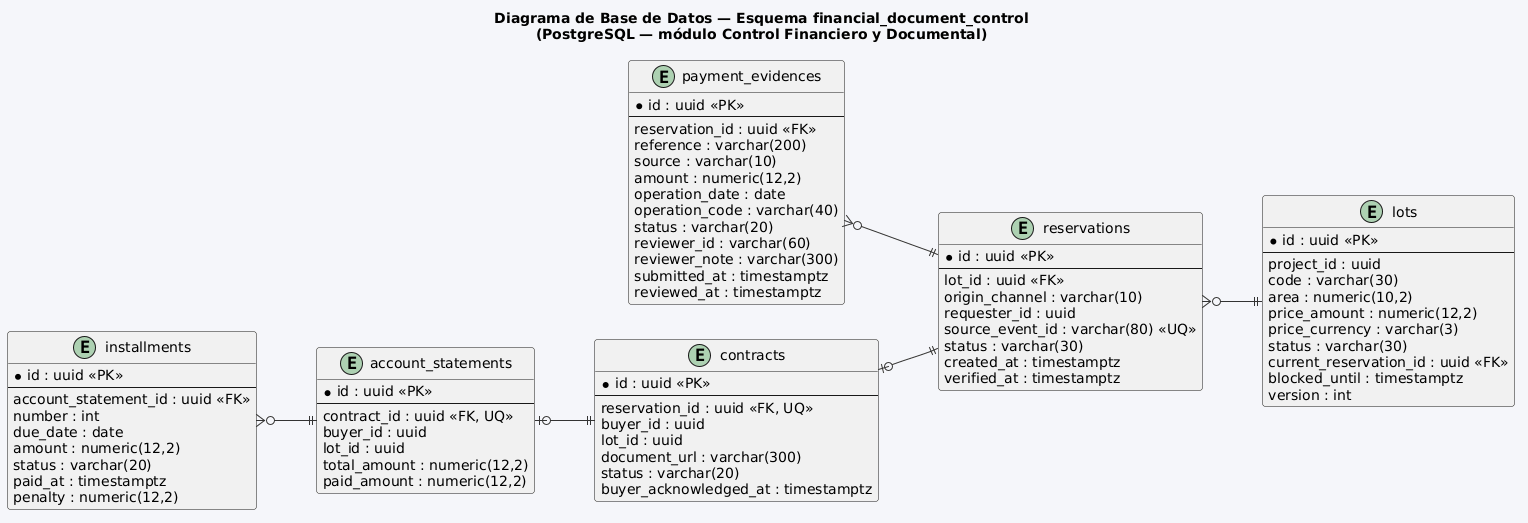
This is assets/cap2/DB-Control-Financiero-y-Documental.png from 1ACC0238-2620-13981-NovaCorp-InmoNode/InmoNode-Project-Report, a PlantUML export, as it was before one commit. The source it was exported from:
```plantuml
@startuml
left to right direction
title Diagrama de Base de Datos — Esquema financial_document_control\n(PostgreSQL — módulo Control Financiero y Documental)

skinparam backgroundColor #F5F6FA
skinparam shadowing false
skinparam roundcorner 6
skinparam defaultFontName Segoe UI
skinparam entity {
  BackgroundColor White
  BorderColor #2F5D8A
  FontColor #1a1a1a
  FontSize 13
}
skinparam ArrowColor #333333

entity "lots" as lots {
  * id : uuid <<PK>>
  --
  project_id : uuid
  code : varchar(30)
  area : numeric(10,2)
  price_amount : numeric(12,2)
  price_currency : varchar(3)
  status : varchar(30)
  current_reservation_id : uuid <<FK>>
  blocked_until : timestamptz
  version : int
}

entity "reservations" as reservations {
  * id : uuid <<PK>>
  --
  lot_id : uuid <<FK>>
  origin_channel : varchar(10)
  requester_id : uuid
  source_event_id : varchar(80) <<UQ>>
  status : varchar(30)
  created_at : timestamptz
  verified_at : timestamptz
}

entity "payment_evidences" as evidences {
  * id : uuid <<PK>>
  --
  reservation_id : uuid <<FK>>
  reference : varchar(200)
  source : varchar(10)
  amount : numeric(12,2)
  operation_date : date
  operation_code : varchar(40)
  status : varchar(20)
  reviewer_id : varchar(60)
  reviewer_note : varchar(300)
  submitted_at : timestamptz
  reviewed_at : timestamptz
}

entity "contracts" as contracts {
  * id : uuid <<PK>>
  --
  reservation_id : uuid <<FK, UQ>>
  buyer_id : uuid
  lot_id : uuid
  document_url : varchar(300)
  status : varchar(20)
  buyer_acknowledged_at : timestamptz
}

entity "account_statements" as statements {
  * id : uuid <<PK>>
  --
  contract_id : uuid <<FK, UQ>>
  buyer_id : uuid
  lot_id : uuid
  total_amount : numeric(12,2)
  paid_amount : numeric(12,2)
}

entity "installments" as installments {
  * id : uuid <<PK>>
  --
  account_statement_id : uuid <<FK>>
  number : int
  due_date : date
  amount : numeric(12,2)
  status : varchar(20)
  paid_at : timestamptz
  penalty : numeric(12,2)
}

reservations }o--|| lots
evidences }o--|| reservations
contracts |o--|| reservations
statements |o--|| contracts
installments }o--|| statements
@enduml
```
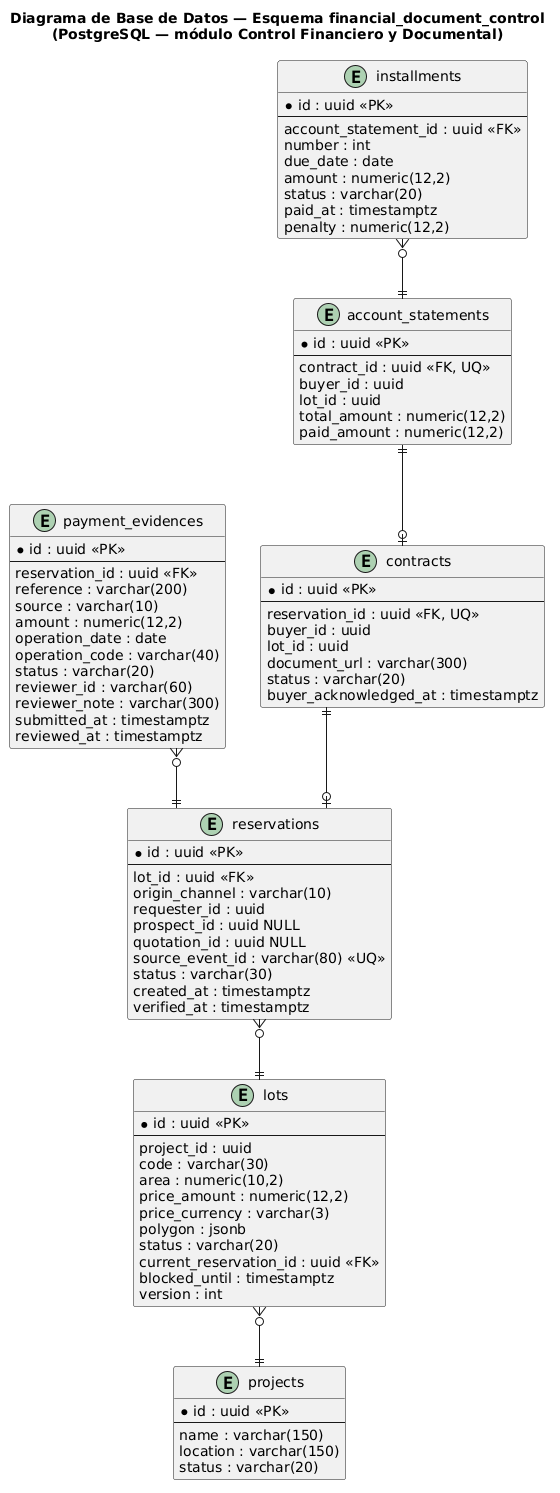
After the commit.

Commit message:
fix(chapter-02): complete catalog query port, document project activation, and sync DB diagram with polygon column

Diff of the diagram source:
```diff
@@ -1,18 +1,15 @@
 @startuml
-left to right direction
 title Diagrama de Base de Datos — Esquema financial_document_control\n(PostgreSQL — módulo Control Financiero y Documental)
 
-skinparam backgroundColor #F5F6FA
-skinparam shadowing false
-skinparam roundcorner 6
-skinparam defaultFontName Segoe UI
-skinparam entity {
-  BackgroundColor White
-  BorderColor #2F5D8A
-  FontColor #1a1a1a
-  FontSize 13
+skinparam linetype ortho
+
+entity "projects" as projects {
+  * id : uuid <<PK>>
+  --
+  name : varchar(150)
+  location : varchar(150)
+  status : varchar(20)
 }
-skinparam ArrowColor #333333
 
 entity "lots" as lots {
   * id : uuid <<PK>>
@@ -22,7 +19,8 @@
   area : numeric(10,2)
   price_amount : numeric(12,2)
   price_currency : varchar(3)
-  status : varchar(30)
+  polygon : jsonb
+  status : varchar(20)
   current_reservation_id : uuid <<FK>>
   blocked_until : timestamptz
   version : int
@@ -34,13 +32,15 @@
   lot_id : uuid <<FK>>
   origin_channel : varchar(10)
   requester_id : uuid
+  prospect_id : uuid NULL
+  quotation_id : uuid NULL
   source_event_id : varchar(80) <<UQ>>
   status : varchar(30)
   created_at : timestamptz
   verified_at : timestamptz
 }
 
-entity "payment_evidences" as evidences {
+entity "payment_evidences" as payment_evidences {
   * id : uuid <<PK>>
   --
   reservation_id : uuid <<FK>>
@@ -67,7 +67,7 @@
   buyer_acknowledged_at : timestamptz
 }
 
-entity "account_statements" as statements {
+entity "account_statements" as account_statements {
   * id : uuid <<PK>>
   --
   contract_id : uuid <<FK, UQ>>
@@ -89,9 +89,11 @@
   penalty : numeric(12,2)
 }
 
+lots }o--|| projects
 reservations }o--|| lots
-evidences }o--|| reservations
-contracts |o--|| reservations
-statements |o--|| contracts
-installments }o--|| statements
+payment_evidences }o--|| reservations
+contracts ||--o| reservations
+account_statements ||--o| contracts
+installments }o--|| account_statements
+
 @enduml
```
